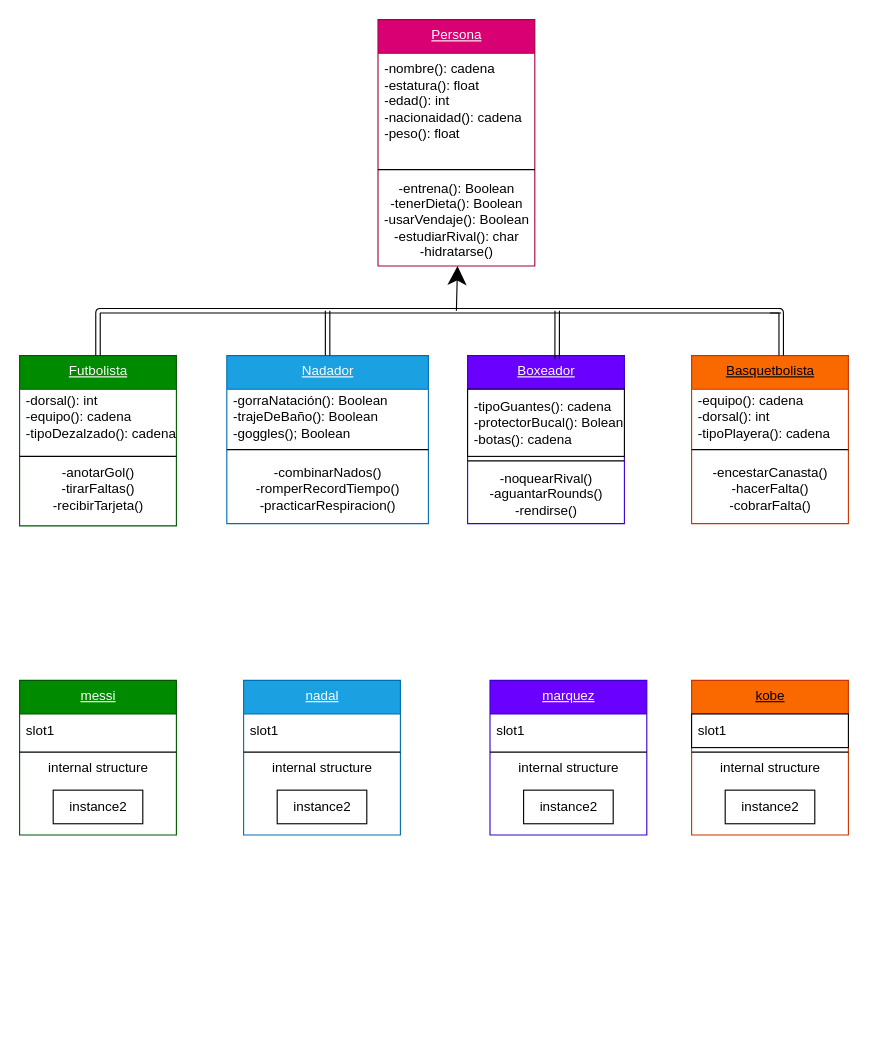
The draw.io diagram Untitled Diagram.drawio in alan-carrasco/Pr-ctica, before the edit. Source tidied: cells renumbered, new cells numbered last; positions are measured from the earlier drawing's top-left corner, leaving out a move shared by most shapes. Both pictures are drawn from the tidied source at 112%, with x=0, y=0 at pixel (19, 19).
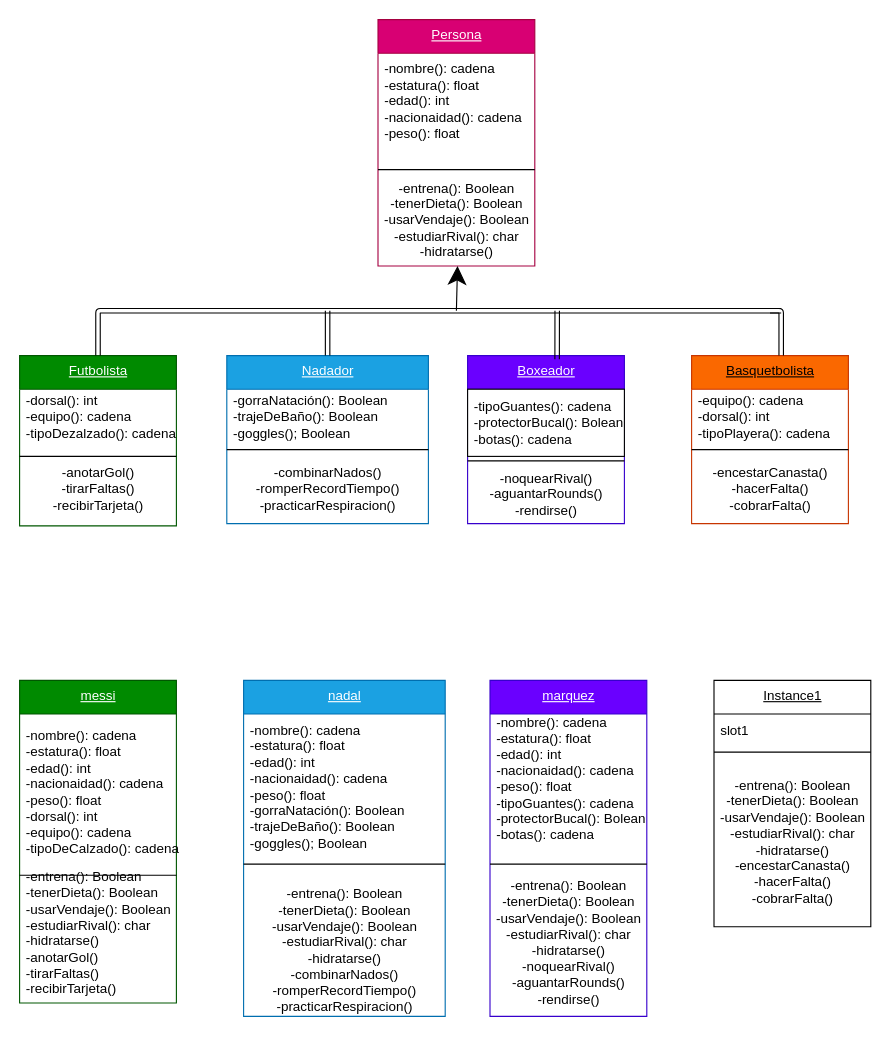
Above is the later version.

What changed in the source:
```diff
@@
     <mxCell id="27" value="messi" style="swimlane;fontStyle=4;align=center;verticalAlign=top;horizontal=1;startSize=30;html=1;hachureGap=4;fillColor=#008a00;strokeColor=#005700;fontColor=#ffffff;" parent="1" vertex="1">
-      <mxGeometry y="590" width="140" height="138" as="geometry" />
+      <mxGeometry y="590" width="140" height="288" as="geometry" />
     </mxCell>
-    <mxCell id="28" value="slot1" style="html=1;strokeColor=none;fillColor=none;align=left;verticalAlign=middle;spacingLeft=4;spacingRight=4;" parent="27" vertex="1">
-      <mxGeometry y="30" width="140" height="30" as="geometry" />
+    <mxCell id="28" value="&lt;br&gt;&lt;div&gt;-nombre(): cadena&lt;/div&gt;&lt;div&gt;-estatura(): float&lt;/div&gt;&lt;div&gt;-edad(): int&lt;/div&gt;&lt;div&gt;-nacionaidad(): cadena&lt;/div&gt;&lt;div&gt;-peso(): float&lt;/div&gt;&lt;div&gt;&lt;div&gt;-dorsal(): int&lt;/div&gt;&lt;div&gt;-equipo(): cadena&lt;/div&gt;&lt;div&gt;-tipoDeCalzado(): cadena&lt;br&gt;&lt;/div&gt;&lt;/div&gt;&lt;div&gt;&lt;br&gt;&lt;/div&gt;" style="html=1;strokeColor=none;fillColor=none;align=left;verticalAlign=middle;spacingLeft=4;spacingRight=4;" parent="27" vertex="1">
+      <mxGeometry y="30" width="140" height="140" as="geometry" />
     </mxCell>
     <mxCell id="29" style="line;strokeWidth=1;fillColor=none;align=left;verticalAlign=middle;spacingTop=-1;spacingLeft=3;spacingRight=3;labelPosition=right;" parent="27" vertex="1">
-      <mxGeometry y="60" width="140" height="8" as="geometry" />
+      <mxGeometry y="170" width="140" height="8" as="geometry" />
     </mxCell>
-    <mxCell id="30" value="internal structure" style="html=1;strokeColor=none;fillColor=none;align=center;verticalAlign=middle;spacingLeft=4;spacingRight=4;" parent="27" vertex="1">
-      <mxGeometry y="68" width="140" height="20" as="geometry" />
-    </mxCell>
-    <mxCell id="31" style="swimlane;fontStyle=1;align=center;verticalAlign=top;horizontal=1;startSize=0;html=1;strokeColor=none;fillColor=none;" parent="27" vertex="1">
-      <mxGeometry y="88" width="140" height="50" as="geometry" />
-    </mxCell>
-    <mxCell id="32" value="instance2" style="html=1;align=center;verticalAlign=middle;" parent="31" vertex="1">
-      <mxGeometry width="80" height="30" relative="1" as="geometry">
-        <mxPoint x="30" y="10" as="offset" />
-      </mxGeometry>
-    </mxCell>
+    <mxCell id="51" value="&lt;div&gt;-entrena(): Boolean&lt;/div&gt;&lt;div&gt;-tenerDieta(): Boolean&lt;br&gt;&lt;/div&gt;&lt;div&gt;-usarVendaje(): Boolean&lt;br&gt;&lt;/div&gt;&lt;div&gt;-estudiarRival(): char&lt;/div&gt;&lt;div&gt;-hidratarse()&lt;/div&gt;&lt;div&gt;&lt;div&gt;-anotarGol()&lt;/div&gt;&lt;div&gt;-tirarFaltas()&lt;/div&gt;&lt;div&gt;-recibirTarjeta()&lt;br&gt;&lt;/div&gt;&lt;div&gt;&lt;br&gt; &lt;/div&gt;&lt;/div&gt;" style="html=1;strokeColor=none;fillColor=none;align=left;verticalAlign=middle;spacingLeft=4;spacingRight=4;" parent="27" vertex="1">
+      <mxGeometry y="178" width="140" height="110" as="geometry" />
+    </mxCell>
     <mxCell id="33" value="nadal" style="swimlane;fontStyle=4;align=center;verticalAlign=top;horizontal=1;startSize=30;html=1;hachureGap=4;fillColor=#1ba1e2;strokeColor=#006EAF;fontColor=#ffffff;" parent="1" vertex="1">
-      <mxGeometry x="200" y="590" width="140" height="138" as="geometry" />
+      <mxGeometry x="200" y="590" width="180" height="300" as="geometry" />
     </mxCell>
-    <mxCell id="34" value="slot1" style="html=1;strokeColor=none;fillColor=none;align=left;verticalAlign=middle;spacingLeft=4;spacingRight=4;" parent="33" vertex="1">
-      <mxGeometry y="30" width="140" height="30" as="geometry" />
+    <mxCell id="34" value="&lt;br&gt;&lt;div&gt;-nombre(): cadena&lt;/div&gt;&lt;div&gt;-estatura(): float&lt;/div&gt;&lt;div&gt;-edad(): int&lt;/div&gt;&lt;div&gt;-nacionaidad(): cadena&lt;/div&gt;&lt;div&gt;-peso(): float&lt;/div&gt;&lt;div&gt;&lt;div&gt;-gorraNatación(): Boolean&lt;/div&gt;&lt;div&gt;-trajeDeBaño(): Boolean&lt;br&gt;&lt;/div&gt;&lt;div&gt;-goggles(); Boolean&lt;br&gt;&lt;/div&gt;&lt;/div&gt;&lt;br&gt;" style="html=1;strokeColor=none;fillColor=none;align=left;verticalAlign=middle;spacingLeft=4;spacingRight=4;" parent="33" vertex="1">
+      <mxGeometry y="30" width="180" height="130" as="geometry" />
     </mxCell>
     <mxCell id="35" style="line;strokeWidth=1;fillColor=none;align=left;verticalAlign=middle;spacingTop=-1;spacingLeft=3;spacingRight=3;labelPosition=right;" parent="33" vertex="1">
-      <mxGeometry y="60" width="140" height="8" as="geometry" />
+      <mxGeometry y="160" width="180" height="8" as="geometry" />
     </mxCell>
-    <mxCell id="36" value="internal structure" style="html=1;strokeColor=none;fillColor=none;align=center;verticalAlign=middle;spacingLeft=4;spacingRight=4;" parent="33" vertex="1">
-      <mxGeometry y="68" width="140" height="20" as="geometry" />
+    <mxCell id="36" value="&lt;br&gt;&lt;div&gt;-entrena(): Boolean&lt;/div&gt;&lt;div&gt;-tenerDieta(): Boolean&lt;br&gt;&lt;/div&gt;&lt;div&gt;-usarVendaje(): Boolean&lt;br&gt;&lt;/div&gt;&lt;div&gt;-estudiarRival(): char&lt;/div&gt;&lt;div&gt;-hidratarse()&lt;br&gt;&lt;/div&gt;&lt;div&gt;-combinarNados()&lt;/div&gt;&lt;div&gt;-romperRecordTiempo()&lt;/div&gt;&lt;div&gt;-practicarRespiracion()&lt;br&gt;&lt;/div&gt;" style="html=1;strokeColor=none;fillColor=none;align=center;verticalAlign=middle;spacingLeft=4;spacingRight=4;" parent="33" vertex="1">
+      <mxGeometry y="168" width="180" height="132" as="geometry" />
     </mxCell>
-    <mxCell id="37" style="swimlane;fontStyle=1;align=center;verticalAlign=top;horizontal=1;startSize=0;html=1;strokeColor=none;fillColor=none;" parent="33" vertex="1">
-      <mxGeometry y="88" width="140" height="50" as="geometry" />
-    </mxCell>
-    <mxCell id="38" value="instance2" style="html=1;align=center;verticalAlign=middle;" parent="37" vertex="1">
-      <mxGeometry width="80" height="30" relative="1" as="geometry">
-        <mxPoint x="30" y="10" as="offset" />
-      </mxGeometry>
-    </mxCell>
     <mxCell id="39" value="marquez" style="swimlane;fontStyle=4;align=center;verticalAlign=top;horizontal=1;startSize=30;html=1;hachureGap=4;fillColor=#6a00ff;strokeColor=#3700CC;fontColor=#ffffff;" parent="1" vertex="1">
-      <mxGeometry x="420" y="590" width="140" height="138" as="geometry" />
+      <mxGeometry x="420" y="590" width="140" height="300" as="geometry" />
     </mxCell>
-    <mxCell id="40" value="slot1" style="html=1;strokeColor=none;fillColor=none;align=left;verticalAlign=middle;spacingLeft=4;spacingRight=4;" parent="39" vertex="1">
-      <mxGeometry y="30" width="140" height="30" as="geometry" />
+    <mxCell id="40" value="&lt;br&gt;&lt;div&gt;-nombre(): cadena&lt;/div&gt;&lt;div&gt;-estatura(): float&lt;/div&gt;&lt;div&gt;-edad(): int&lt;/div&gt;&lt;div&gt;-nacionaidad(): cadena&lt;/div&gt;&lt;div&gt;-peso(): float&lt;/div&gt;&lt;div&gt;&lt;div&gt;-tipoGuantes(): cadena&lt;/div&gt;&lt;div&gt;-protectorBucal(): Bolean&lt;/div&gt;&lt;div&gt;-botas(): cadena&lt;/div&gt;&lt;/div&gt;&lt;div&gt;&lt;br&gt;&lt;/div&gt;&lt;br&gt;" style="html=1;strokeColor=none;fillColor=none;align=left;verticalAlign=middle;spacingLeft=4;spacingRight=4;" parent="39" vertex="1">
+      <mxGeometry y="30" width="140" height="130" as="geometry" />
     </mxCell>
     <mxCell id="41" style="line;strokeWidth=1;fillColor=none;align=left;verticalAlign=middle;spacingTop=-1;spacingLeft=3;spacingRight=3;labelPosition=right;" parent="39" vertex="1">
-      <mxGeometry y="60" width="140" height="8" as="geometry" />
+      <mxGeometry y="160" width="140" height="8" as="geometry" />
     </mxCell>
-    <mxCell id="42" value="internal structure" style="html=1;strokeColor=none;fillColor=none;align=center;verticalAlign=middle;spacingLeft=4;spacingRight=4;" parent="39" vertex="1">
-      <mxGeometry y="68" width="140" height="20" as="geometry" />
+    <mxCell id="42" value="&lt;br&gt;&lt;div&gt;-entrena(): Boolean&lt;/div&gt;&lt;div&gt;-tenerDieta(): Boolean&lt;br&gt;&lt;/div&gt;&lt;div&gt;-usarVendaje(): Boolean&lt;br&gt;&lt;/div&gt;&lt;div&gt;-estudiarRival(): char&lt;/div&gt;&lt;div&gt;-hidratarse()&lt;/div&gt;&lt;div&gt;&lt;div&gt;-noquearRival()&lt;/div&gt;&lt;div&gt;-aguantarRounds()&lt;/div&gt;&lt;div&gt;-rendirse()&lt;/div&gt;&lt;/div&gt;&lt;br&gt;" style="html=1;strokeColor=none;fillColor=none;align=center;verticalAlign=middle;spacingLeft=4;spacingRight=4;" parent="39" vertex="1">
+      <mxGeometry y="168" width="140" height="132" as="geometry" />
     </mxCell>
-    <mxCell id="43" style="swimlane;fontStyle=1;align=center;verticalAlign=top;horizontal=1;startSize=0;html=1;strokeColor=none;fillColor=none;" parent="39" vertex="1">
-      <mxGeometry y="88" width="140" height="50" as="geometry" />
-    </mxCell>
-    <mxCell id="44" value="instance2" style="html=1;align=center;verticalAlign=middle;" parent="43" vertex="1">
-      <mxGeometry width="80" height="30" relative="1" as="geometry">
-        <mxPoint x="30" y="10" as="offset" />
-      </mxGeometry>
-    </mxCell>
-    <mxCell id="45" value="kobe" style="swimlane;fontStyle=4;align=center;verticalAlign=top;horizontal=1;startSize=30;html=1;hachureGap=4;fillColor=#fa6800;strokeColor=#C73500;fontColor=#000000;" parent="1" vertex="1">
-      <mxGeometry x="600" y="590" width="140" height="138" as="geometry" />
-    </mxCell>
+    <mxCell id="52" value="Instance1" style="swimlane;fontStyle=4;align=center;verticalAlign=top;horizontal=1;startSize=30;html=1;" parent="1" vertex="1">
+      <mxGeometry x="620" y="590" width="140" height="220" as="geometry" />
+    </mxCell>
-    <mxCell id="46" value="slot1" style="html=1;align=left;verticalAlign=middle;spacingLeft=4;spacingRight=4;" parent="45" vertex="1">
+    <mxCell id="46" value="slot1" style="html=1;strokeColor=none;fillColor=none;align=left;verticalAlign=middle;spacingLeft=4;spacingRight=4;" parent="52" vertex="1">
       <mxGeometry y="30" width="140" height="30" as="geometry" />
     </mxCell>
-    <mxCell id="47" style="line;strokeWidth=1;fillColor=none;align=left;verticalAlign=middle;spacingTop=-1;spacingLeft=3;spacingRight=3;labelPosition=right;" parent="45" vertex="1">
+    <mxCell id="47" style="line;strokeWidth=1;fillColor=none;align=left;verticalAlign=middle;spacingTop=-1;spacingLeft=3;spacingRight=3;labelPosition=right;" parent="52" vertex="1">
       <mxGeometry y="60" width="140" height="8" as="geometry" />
     </mxCell>
-    <mxCell id="48" value="internal structure" style="html=1;strokeColor=none;fillColor=none;align=center;verticalAlign=middle;spacingLeft=4;spacingRight=4;" parent="45" vertex="1">
-      <mxGeometry y="68" width="140" height="20" as="geometry" />
-    </mxCell>
-    <mxCell id="49" style="swimlane;fontStyle=1;align=center;verticalAlign=top;horizontal=1;startSize=0;html=1;strokeColor=none;fillColor=none;" parent="45" vertex="1">
-      <mxGeometry y="88" width="140" height="50" as="geometry" />
-    </mxCell>
-    <mxCell id="50" value="instance2" style="html=1;align=center;verticalAlign=middle;" parent="49" vertex="1">
-      <mxGeometry width="80" height="30" relative="1" as="geometry">
-        <mxPoint x="30" y="10" as="offset" />
-      </mxGeometry>
-    </mxCell>
+    <mxCell id="53" value="&lt;div&gt;&lt;br&gt;&lt;/div&gt;&lt;div&gt;&lt;br&gt;&lt;/div&gt;&lt;div&gt;-entrena(): Boolean&lt;/div&gt;&lt;div&gt;-tenerDieta(): Boolean&lt;br&gt;&lt;/div&gt;&lt;div&gt;-usarVendaje(): Boolean&lt;br&gt;&lt;/div&gt;&lt;div&gt;-estudiarRival(): char&lt;/div&gt;&lt;div&gt;-hidratarse()&lt;/div&gt;&lt;div&gt;&lt;div&gt;-encestarCanasta()&lt;/div&gt;&lt;div&gt;-hacerFalta()&lt;/div&gt;&lt;div&gt;-cobrarFalta()&lt;br&gt;&lt;/div&gt;&lt;/div&gt;&lt;br&gt;&lt;br&gt;" style="html=1;strokeColor=none;fillColor=none;align=center;verticalAlign=middle;spacingLeft=4;spacingRight=4;" parent="52" vertex="1">
+      <mxGeometry y="68" width="140" height="152" as="geometry" />
+    </mxCell>
```
